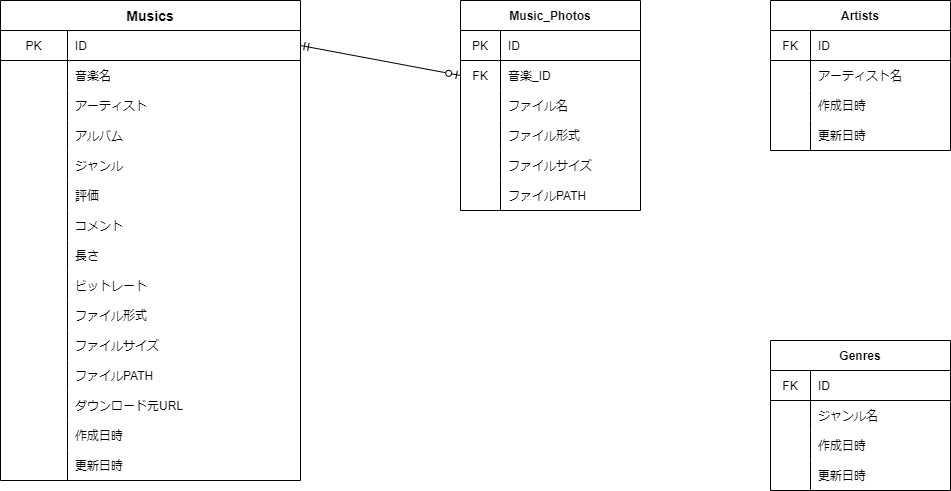
Earlier version of the draw.io export er.drawio.png (monomonosu/SoundHornet-React). Source tidied: cells renumbered, new cells last; positions are measured from the earlier drawing's top-left corner, leaving out a move shared by most shapes. The source it was exported from:
```xml
<mxGraphModel background="#ffffff">
  <root>
    <mxCell id="0" />
    <mxCell id="1" parent="0" />
    <mxCell id="2" value="Musics" style="shape=table;startSize=30;rowLines=0;fontStyle=1;align=center;fontSize=14;" parent="1" vertex="1">
      <mxGeometry width="300" height="480" as="geometry" />
    </mxCell>
    <mxCell id="3" style="shape=partialRectangle;html=1;whiteSpace=wrap;fillColor=none;top=0;left=0;bottom=1;right=0;points=[[0,0.5],[1,0.5]];portConstraint=eastwest;" parent="2" vertex="1">
      <mxGeometry y="30" width="300" height="30" as="geometry" />
    </mxCell>
    <mxCell id="4" value="PK" style="shape=partialRectangle;html=1;whiteSpace=wrap;fillColor=none;top=0;left=0;bottom=0;right=0;overflow=hidden;" parent="3" vertex="1">
      <mxGeometry width="67" height="30" as="geometry" />
    </mxCell>
    <mxCell id="5" value="ID" style="shape=partialRectangle;html=1;whiteSpace=wrap;fillColor=none;top=0;left=0;bottom=0;right=0;align=left;spacingLeft=6;overflow=hidden;" parent="3" vertex="1">
      <mxGeometry x="67" width="233" height="30" as="geometry" />
    </mxCell>
    <mxCell id="6" style="shape=partialRectangle;html=1;whiteSpace=wrap;fillColor=none;top=0;left=0;bottom=0;right=0;" parent="2" vertex="1">
      <mxGeometry y="60" width="300" height="30" as="geometry" />
    </mxCell>
    <mxCell id="7" style="shape=partialRectangle;html=1;whiteSpace=wrap;fillColor=none;top=0;left=0;bottom=0;right=0;overflow=hidden;" parent="6" vertex="1">
      <mxGeometry width="67" height="30" as="geometry" />
    </mxCell>
    <mxCell id="8" value="&lt;font style=&quot;font-size: 12px&quot;&gt;音楽名&lt;/font&gt;" style="shape=partialRectangle;html=1;whiteSpace=wrap;fillColor=none;top=0;left=0;bottom=0;right=0;align=left;spacingLeft=6;overflow=hidden;" parent="6" vertex="1">
      <mxGeometry x="67" width="233" height="30" as="geometry" />
    </mxCell>
    <mxCell id="9" style="shape=partialRectangle;html=1;whiteSpace=wrap;fillColor=none;top=0;left=0;bottom=0;right=0;" parent="2" vertex="1">
      <mxGeometry y="90" width="300" height="30" as="geometry" />
    </mxCell>
    <mxCell id="10" style="shape=partialRectangle;html=1;whiteSpace=wrap;fillColor=none;top=0;left=0;bottom=0;right=0;overflow=hidden;" parent="9" vertex="1">
      <mxGeometry width="67" height="30" as="geometry" />
    </mxCell>
    <mxCell id="11" value="アーティスト" style="shape=partialRectangle;html=1;whiteSpace=wrap;fillColor=none;top=0;left=0;bottom=0;right=0;align=left;spacingLeft=6;overflow=hidden;" parent="9" vertex="1">
      <mxGeometry x="67" width="233" height="30" as="geometry" />
    </mxCell>
    <mxCell id="12" style="shape=partialRectangle;html=1;whiteSpace=wrap;fillColor=none;top=0;left=0;bottom=0;right=0;" parent="2" vertex="1">
      <mxGeometry y="120" width="300" height="30" as="geometry" />
    </mxCell>
    <mxCell id="13" style="shape=partialRectangle;html=1;whiteSpace=wrap;fillColor=none;top=0;left=0;bottom=0;right=0;overflow=hidden;" parent="12" vertex="1">
      <mxGeometry width="67" height="30" as="geometry" />
    </mxCell>
    <mxCell id="14" value="アルバム" style="shape=partialRectangle;html=1;whiteSpace=wrap;fillColor=none;top=0;left=0;bottom=0;right=0;align=left;spacingLeft=6;overflow=hidden;" parent="12" vertex="1">
      <mxGeometry x="67" width="233" height="30" as="geometry" />
    </mxCell>
    <mxCell id="15" style="shape=partialRectangle;html=1;whiteSpace=wrap;fillColor=none;top=0;left=0;bottom=0;right=0;" parent="2" vertex="1">
      <mxGeometry y="150" width="300" height="30" as="geometry" />
    </mxCell>
    <mxCell id="16" style="shape=partialRectangle;html=1;whiteSpace=wrap;fillColor=none;top=0;left=0;bottom=0;right=0;overflow=hidden;" parent="15" vertex="1">
      <mxGeometry width="67" height="30" as="geometry" />
    </mxCell>
    <mxCell id="17" value="ジャンル" style="shape=partialRectangle;html=1;whiteSpace=wrap;fillColor=none;top=0;left=0;bottom=0;right=0;align=left;spacingLeft=6;overflow=hidden;" parent="15" vertex="1">
      <mxGeometry x="67" width="233" height="30" as="geometry" />
    </mxCell>
    <mxCell id="18" style="shape=partialRectangle;html=1;whiteSpace=wrap;fillColor=none;top=0;left=0;bottom=0;right=0;" parent="2" vertex="1">
      <mxGeometry y="180" width="300" height="30" as="geometry" />
    </mxCell>
    <mxCell id="19" style="shape=partialRectangle;html=1;whiteSpace=wrap;fillColor=none;top=0;left=0;bottom=0;right=0;overflow=hidden;" parent="18" vertex="1">
      <mxGeometry width="67" height="30" as="geometry" />
    </mxCell>
    <mxCell id="20" value="評価" style="shape=partialRectangle;html=1;whiteSpace=wrap;fillColor=none;top=0;left=0;bottom=0;right=0;align=left;spacingLeft=6;overflow=hidden;" parent="18" vertex="1">
      <mxGeometry x="67" width="233" height="30" as="geometry" />
    </mxCell>
    <mxCell id="21" style="shape=partialRectangle;html=1;whiteSpace=wrap;fillColor=none;top=0;left=0;bottom=0;right=0;" parent="2" vertex="1">
      <mxGeometry y="210" width="300" height="30" as="geometry" />
    </mxCell>
    <mxCell id="22" style="shape=partialRectangle;html=1;whiteSpace=wrap;fillColor=none;top=0;left=0;bottom=0;right=0;overflow=hidden;" parent="21" vertex="1">
      <mxGeometry width="67" height="30" as="geometry" />
    </mxCell>
    <mxCell id="23" value="コメント" style="shape=partialRectangle;html=1;whiteSpace=wrap;fillColor=none;top=0;left=0;bottom=0;right=0;align=left;spacingLeft=6;overflow=hidden;" parent="21" vertex="1">
      <mxGeometry x="67" width="233" height="30" as="geometry" />
    </mxCell>
    <mxCell id="24" style="shape=partialRectangle;html=1;whiteSpace=wrap;fillColor=none;top=0;left=0;bottom=0;right=0;" parent="2" vertex="1">
      <mxGeometry y="240" width="300" height="30" as="geometry" />
    </mxCell>
    <mxCell id="25" style="shape=partialRectangle;html=1;whiteSpace=wrap;fillColor=none;top=0;left=0;bottom=0;right=0;overflow=hidden;" parent="24" vertex="1">
      <mxGeometry width="67" height="30" as="geometry" />
    </mxCell>
    <mxCell id="26" value="長さ" style="shape=partialRectangle;html=1;whiteSpace=wrap;fillColor=none;top=0;left=0;bottom=0;right=0;align=left;spacingLeft=6;overflow=hidden;" parent="24" vertex="1">
      <mxGeometry x="67" width="233" height="30" as="geometry" />
    </mxCell>
    <mxCell id="27" style="shape=partialRectangle;html=1;whiteSpace=wrap;fillColor=none;top=0;left=0;bottom=0;right=0;" parent="2" vertex="1">
      <mxGeometry y="270" width="300" height="30" as="geometry" />
    </mxCell>
    <mxCell id="28" style="shape=partialRectangle;html=1;whiteSpace=wrap;fillColor=none;top=0;left=0;bottom=0;right=0;overflow=hidden;" parent="27" vertex="1">
      <mxGeometry width="67" height="30" as="geometry" />
    </mxCell>
    <mxCell id="29" value="ビットレート" style="shape=partialRectangle;html=1;whiteSpace=wrap;fillColor=none;top=0;left=0;bottom=0;right=0;align=left;spacingLeft=6;overflow=hidden;" parent="27" vertex="1">
      <mxGeometry x="67" width="233" height="30" as="geometry" />
    </mxCell>
    <mxCell id="30" style="shape=partialRectangle;html=1;whiteSpace=wrap;fillColor=none;top=0;left=0;bottom=0;right=0;" parent="2" vertex="1">
      <mxGeometry y="300" width="300" height="30" as="geometry" />
    </mxCell>
    <mxCell id="31" style="shape=partialRectangle;html=1;whiteSpace=wrap;fillColor=none;top=0;left=0;bottom=0;right=0;overflow=hidden;" parent="30" vertex="1">
      <mxGeometry width="67" height="30" as="geometry" />
    </mxCell>
    <mxCell id="32" value="ファイル形式" style="shape=partialRectangle;html=1;whiteSpace=wrap;fillColor=none;top=0;left=0;bottom=0;right=0;align=left;spacingLeft=6;overflow=hidden;" parent="30" vertex="1">
      <mxGeometry x="67" width="233" height="30" as="geometry" />
    </mxCell>
    <mxCell id="33" style="shape=partialRectangle;html=1;whiteSpace=wrap;fillColor=none;top=0;left=0;bottom=0;right=0;" parent="2" vertex="1">
      <mxGeometry y="330" width="300" height="30" as="geometry" />
    </mxCell>
    <mxCell id="34" style="shape=partialRectangle;html=1;whiteSpace=wrap;fillColor=none;top=0;left=0;bottom=0;right=0;overflow=hidden;" parent="33" vertex="1">
      <mxGeometry width="67" height="30" as="geometry" />
    </mxCell>
    <mxCell id="35" value="ファイルサイズ" style="shape=partialRectangle;html=1;whiteSpace=wrap;fillColor=none;top=0;left=0;bottom=0;right=0;align=left;spacingLeft=6;overflow=hidden;" parent="33" vertex="1">
      <mxGeometry x="67" width="233" height="30" as="geometry" />
    </mxCell>
    <mxCell id="36" style="shape=partialRectangle;html=1;whiteSpace=wrap;fillColor=none;top=0;left=0;bottom=0;right=0;" parent="2" vertex="1">
      <mxGeometry y="360" width="300" height="30" as="geometry" />
    </mxCell>
    <mxCell id="37" style="shape=partialRectangle;html=1;whiteSpace=wrap;fillColor=none;top=0;left=0;bottom=0;right=0;overflow=hidden;" parent="36" vertex="1">
      <mxGeometry width="67" height="30" as="geometry" />
    </mxCell>
    <mxCell id="38" value="ファイルPATH" style="shape=partialRectangle;html=1;whiteSpace=wrap;fillColor=none;top=0;left=0;bottom=0;right=0;align=left;spacingLeft=6;overflow=hidden;" parent="36" vertex="1">
      <mxGeometry x="67" width="233" height="30" as="geometry" />
    </mxCell>
    <mxCell id="39" style="shape=partialRectangle;html=1;whiteSpace=wrap;fillColor=none;top=0;left=0;bottom=0;right=0;" parent="2" vertex="1">
      <mxGeometry y="390" width="300" height="30" as="geometry" />
    </mxCell>
    <mxCell id="40" style="shape=partialRectangle;html=1;whiteSpace=wrap;fillColor=none;top=0;left=0;bottom=0;right=0;overflow=hidden;" parent="39" vertex="1">
      <mxGeometry width="67" height="30" as="geometry" />
    </mxCell>
    <mxCell id="41" value="ダウンロード元URL" style="shape=partialRectangle;html=1;whiteSpace=wrap;fillColor=none;top=0;left=0;bottom=0;right=0;align=left;spacingLeft=6;overflow=hidden;" parent="39" vertex="1">
      <mxGeometry x="67" width="233" height="30" as="geometry" />
    </mxCell>
    <mxCell id="42" style="shape=partialRectangle;html=1;whiteSpace=wrap;fillColor=none;top=0;left=0;bottom=0;right=0;" parent="2" vertex="1">
      <mxGeometry y="420" width="300" height="30" as="geometry" />
    </mxCell>
    <mxCell id="43" style="shape=partialRectangle;html=1;whiteSpace=wrap;fillColor=none;top=0;left=0;bottom=0;right=0;overflow=hidden;" parent="42" vertex="1">
      <mxGeometry width="67" height="30" as="geometry" />
    </mxCell>
    <mxCell id="44" value="作成日時" style="shape=partialRectangle;html=1;whiteSpace=wrap;fillColor=none;top=0;left=0;bottom=0;right=0;align=left;spacingLeft=6;overflow=hidden;" parent="42" vertex="1">
      <mxGeometry x="67" width="233" height="30" as="geometry" />
    </mxCell>
    <mxCell id="45" style="shape=partialRectangle;html=1;whiteSpace=wrap;fillColor=none;top=0;left=0;bottom=0;right=0;" parent="2" vertex="1">
      <mxGeometry y="450" width="300" height="30" as="geometry" />
    </mxCell>
    <mxCell id="46" style="shape=partialRectangle;html=1;whiteSpace=wrap;fillColor=none;top=0;left=0;bottom=0;right=0;overflow=hidden;" parent="45" vertex="1">
      <mxGeometry width="67" height="30" as="geometry" />
    </mxCell>
    <mxCell id="47" value="更新日時" style="shape=partialRectangle;html=1;whiteSpace=wrap;fillColor=none;top=0;left=0;bottom=0;right=0;align=left;spacingLeft=6;overflow=hidden;" parent="45" vertex="1">
      <mxGeometry x="67" width="233" height="30" as="geometry" />
    </mxCell>
    <mxCell id="48" value="Artists" style="shape=table;startSize=30;rowLines=0;fontStyle=1;align=center;" parent="1" vertex="1">
      <mxGeometry x="770" width="180" height="150" as="geometry" />
    </mxCell>
    <mxCell id="49" style="shape=partialRectangle;html=1;whiteSpace=wrap;fillColor=none;top=0;left=0;bottom=1;right=0;" parent="48" vertex="1">
      <mxGeometry y="30" width="180" height="30" as="geometry" />
    </mxCell>
    <mxCell id="50" value="FK" style="shape=partialRectangle;html=1;whiteSpace=wrap;fillColor=none;top=0;left=0;bottom=0;right=0;overflow=hidden;" parent="49" vertex="1">
      <mxGeometry width="40" height="30" as="geometry" />
    </mxCell>
    <mxCell id="51" value="ID" style="shape=partialRectangle;html=1;whiteSpace=wrap;fillColor=none;top=0;left=0;bottom=0;right=0;align=left;spacingLeft=6;overflow=hidden;" parent="49" vertex="1">
      <mxGeometry x="40" width="140" height="30" as="geometry" />
    </mxCell>
    <mxCell id="52" style="shape=partialRectangle;html=1;whiteSpace=wrap;fillColor=none;top=0;left=0;bottom=0;right=0;" parent="48" vertex="1">
      <mxGeometry y="60" width="180" height="30" as="geometry" />
    </mxCell>
    <mxCell id="53" style="shape=partialRectangle;html=1;whiteSpace=wrap;fillColor=none;top=0;left=0;bottom=0;right=0;overflow=hidden;" parent="52" vertex="1">
      <mxGeometry width="40" height="30" as="geometry" />
    </mxCell>
    <mxCell id="54" value="アーティスト名" style="shape=partialRectangle;html=1;whiteSpace=wrap;fillColor=none;top=0;left=0;bottom=0;right=0;align=left;spacingLeft=6;overflow=hidden;" parent="52" vertex="1">
      <mxGeometry x="40" width="140" height="30" as="geometry" />
    </mxCell>
    <mxCell id="55" style="shape=partialRectangle;html=1;whiteSpace=wrap;fillColor=none;top=0;left=0;bottom=0;right=0;" parent="48" vertex="1">
      <mxGeometry y="90" width="180" height="30" as="geometry" />
    </mxCell>
    <mxCell id="56" style="shape=partialRectangle;html=1;whiteSpace=wrap;fillColor=none;top=0;left=0;bottom=0;right=0;overflow=hidden;" parent="55" vertex="1">
      <mxGeometry width="40" height="30" as="geometry" />
    </mxCell>
    <mxCell id="57" value="作成日時" style="shape=partialRectangle;html=1;whiteSpace=wrap;fillColor=none;top=0;left=0;bottom=0;right=0;align=left;spacingLeft=6;overflow=hidden;" parent="55" vertex="1">
      <mxGeometry x="40" width="140" height="30" as="geometry" />
    </mxCell>
    <mxCell id="58" style="shape=partialRectangle;html=1;whiteSpace=wrap;fillColor=none;top=0;left=0;bottom=0;right=0;" parent="48" vertex="1">
      <mxGeometry y="120" width="180" height="30" as="geometry" />
    </mxCell>
    <mxCell id="59" style="shape=partialRectangle;html=1;whiteSpace=wrap;fillColor=none;top=0;left=0;bottom=0;right=0;overflow=hidden;" parent="58" vertex="1">
      <mxGeometry width="40" height="30" as="geometry" />
    </mxCell>
    <mxCell id="60" value="更新日時" style="shape=partialRectangle;html=1;whiteSpace=wrap;fillColor=none;top=0;left=0;bottom=0;right=0;align=left;spacingLeft=6;overflow=hidden;" parent="58" vertex="1">
      <mxGeometry x="40" width="140" height="30" as="geometry" />
    </mxCell>
    <mxCell id="61" value="Genres" style="shape=table;startSize=30;rowLines=0;fontStyle=1;align=center;" parent="1" vertex="1">
      <mxGeometry x="770" y="340" width="180" height="150" as="geometry" />
    </mxCell>
    <mxCell id="62" style="shape=partialRectangle;html=1;whiteSpace=wrap;fillColor=none;top=0;left=0;bottom=1;right=0;" parent="61" vertex="1">
      <mxGeometry y="30" width="180" height="30" as="geometry" />
    </mxCell>
    <mxCell id="63" value="FK" style="shape=partialRectangle;html=1;whiteSpace=wrap;fillColor=none;top=0;left=0;bottom=0;right=0;overflow=hidden;" parent="62" vertex="1">
      <mxGeometry width="40" height="30" as="geometry" />
    </mxCell>
    <mxCell id="64" value="ID" style="shape=partialRectangle;html=1;whiteSpace=wrap;fillColor=none;top=0;left=0;bottom=0;right=0;align=left;spacingLeft=6;overflow=hidden;" parent="62" vertex="1">
      <mxGeometry x="40" width="140" height="30" as="geometry" />
    </mxCell>
    <mxCell id="65" style="shape=partialRectangle;html=1;whiteSpace=wrap;fillColor=none;top=0;left=0;bottom=0;right=0;" parent="61" vertex="1">
      <mxGeometry y="60" width="180" height="30" as="geometry" />
    </mxCell>
    <mxCell id="66" style="shape=partialRectangle;html=1;whiteSpace=wrap;fillColor=none;top=0;left=0;bottom=0;right=0;overflow=hidden;" parent="65" vertex="1">
      <mxGeometry width="40" height="30" as="geometry" />
    </mxCell>
    <mxCell id="67" value="ジャンル名" style="shape=partialRectangle;html=1;whiteSpace=wrap;fillColor=none;top=0;left=0;bottom=0;right=0;align=left;spacingLeft=6;overflow=hidden;" parent="65" vertex="1">
      <mxGeometry x="40" width="140" height="30" as="geometry" />
    </mxCell>
    <mxCell id="68" style="shape=partialRectangle;html=1;whiteSpace=wrap;fillColor=none;top=0;left=0;bottom=0;right=0;" parent="61" vertex="1">
      <mxGeometry y="90" width="180" height="30" as="geometry" />
    </mxCell>
    <mxCell id="69" style="shape=partialRectangle;html=1;whiteSpace=wrap;fillColor=none;top=0;left=0;bottom=0;right=0;overflow=hidden;" parent="68" vertex="1">
      <mxGeometry width="40" height="30" as="geometry" />
    </mxCell>
    <mxCell id="70" value="作成日時" style="shape=partialRectangle;html=1;whiteSpace=wrap;fillColor=none;top=0;left=0;bottom=0;right=0;align=left;spacingLeft=6;overflow=hidden;" parent="68" vertex="1">
      <mxGeometry x="40" width="140" height="30" as="geometry" />
    </mxCell>
    <mxCell id="71" style="shape=partialRectangle;html=1;whiteSpace=wrap;fillColor=none;top=0;left=0;bottom=0;right=0;" parent="61" vertex="1">
      <mxGeometry y="120" width="180" height="30" as="geometry" />
    </mxCell>
    <mxCell id="72" style="shape=partialRectangle;html=1;whiteSpace=wrap;fillColor=none;top=0;left=0;bottom=0;right=0;overflow=hidden;" parent="71" vertex="1">
      <mxGeometry width="40" height="30" as="geometry" />
    </mxCell>
    <mxCell id="73" value="更新日時" style="shape=partialRectangle;html=1;whiteSpace=wrap;fillColor=none;top=0;left=0;bottom=0;right=0;align=left;spacingLeft=6;overflow=hidden;" parent="71" vertex="1">
      <mxGeometry x="40" width="140" height="30" as="geometry" />
    </mxCell>
    <mxCell id="74" value="Music_Photos" style="shape=table;startSize=30;rowLines=0;fontStyle=1;align=center;" parent="1" vertex="1">
      <mxGeometry x="460" width="180" height="210" as="geometry" />
    </mxCell>
    <mxCell id="75" style="shape=partialRectangle;html=1;whiteSpace=wrap;fillColor=none;top=0;left=0;bottom=1;right=0;" parent="74" vertex="1">
      <mxGeometry y="30" width="180" height="30" as="geometry" />
    </mxCell>
    <mxCell id="76" value="PK" style="shape=partialRectangle;html=1;whiteSpace=wrap;fillColor=none;top=0;left=0;bottom=0;right=0;overflow=hidden;" parent="75" vertex="1">
      <mxGeometry width="40" height="30" as="geometry" />
    </mxCell>
    <mxCell id="77" value="ID" style="shape=partialRectangle;html=1;whiteSpace=wrap;fillColor=none;top=0;left=0;bottom=0;right=0;align=left;spacingLeft=6;overflow=hidden;" parent="75" vertex="1">
      <mxGeometry x="40" width="140" height="30" as="geometry" />
    </mxCell>
    <mxCell id="78" style="shape=partialRectangle;html=1;whiteSpace=wrap;fillColor=none;top=0;left=0;bottom=0;right=0;points=[[0,0.5],[1,0.5]];portConstraint=eastwest;" parent="74" vertex="1">
      <mxGeometry y="60" width="180" height="30" as="geometry" />
    </mxCell>
    <mxCell id="79" value="FK" style="shape=partialRectangle;html=1;whiteSpace=wrap;fillColor=none;top=0;left=0;bottom=0;right=0;overflow=hidden;" parent="78" vertex="1">
      <mxGeometry width="40" height="30" as="geometry" />
    </mxCell>
    <mxCell id="80" value="音楽_ID" style="shape=partialRectangle;html=1;whiteSpace=wrap;fillColor=none;top=0;left=0;bottom=0;right=0;align=left;spacingLeft=6;overflow=hidden;" parent="78" vertex="1">
      <mxGeometry x="40" width="140" height="30" as="geometry" />
    </mxCell>
    <mxCell id="81" style="shape=partialRectangle;html=1;whiteSpace=wrap;fillColor=none;top=0;left=0;bottom=0;right=0;" parent="74" vertex="1">
      <mxGeometry y="90" width="180" height="30" as="geometry" />
    </mxCell>
    <mxCell id="82" style="shape=partialRectangle;html=1;whiteSpace=wrap;fillColor=none;top=0;left=0;bottom=0;right=0;overflow=hidden;" parent="81" vertex="1">
      <mxGeometry width="40" height="30" as="geometry" />
    </mxCell>
    <mxCell id="83" value="ファイル名" style="shape=partialRectangle;html=1;whiteSpace=wrap;fillColor=none;top=0;left=0;bottom=0;right=0;align=left;spacingLeft=6;overflow=hidden;" parent="81" vertex="1">
      <mxGeometry x="40" width="140" height="30" as="geometry" />
    </mxCell>
    <mxCell id="84" style="shape=partialRectangle;html=1;whiteSpace=wrap;fillColor=none;top=0;left=0;bottom=0;right=0;" parent="74" vertex="1">
      <mxGeometry y="120" width="180" height="30" as="geometry" />
    </mxCell>
    <mxCell id="85" style="shape=partialRectangle;html=1;whiteSpace=wrap;fillColor=none;top=0;left=0;bottom=0;right=0;overflow=hidden;" parent="84" vertex="1">
      <mxGeometry width="40" height="30" as="geometry" />
    </mxCell>
    <mxCell id="86" value="ファイル形式" style="shape=partialRectangle;html=1;whiteSpace=wrap;fillColor=none;top=0;left=0;bottom=0;right=0;align=left;spacingLeft=6;overflow=hidden;" parent="84" vertex="1">
      <mxGeometry x="40" width="140" height="30" as="geometry" />
    </mxCell>
    <mxCell id="87" style="shape=partialRectangle;html=1;whiteSpace=wrap;fillColor=none;top=0;left=0;bottom=0;right=0;" parent="74" vertex="1">
      <mxGeometry y="150" width="180" height="30" as="geometry" />
    </mxCell>
    <mxCell id="88" style="shape=partialRectangle;html=1;whiteSpace=wrap;fillColor=none;top=0;left=0;bottom=0;right=0;overflow=hidden;" parent="87" vertex="1">
      <mxGeometry width="40" height="30" as="geometry" />
    </mxCell>
    <mxCell id="89" value="ファイルサイズ" style="shape=partialRectangle;html=1;whiteSpace=wrap;fillColor=none;top=0;left=0;bottom=0;right=0;align=left;spacingLeft=6;overflow=hidden;" parent="87" vertex="1">
      <mxGeometry x="40" width="140" height="30" as="geometry" />
    </mxCell>
    <mxCell id="90" style="shape=partialRectangle;html=1;whiteSpace=wrap;fillColor=none;top=0;left=0;bottom=0;right=0;" parent="74" vertex="1">
      <mxGeometry y="180" width="180" height="30" as="geometry" />
    </mxCell>
    <mxCell id="91" style="shape=partialRectangle;html=1;whiteSpace=wrap;fillColor=none;top=0;left=0;bottom=0;right=0;overflow=hidden;" parent="90" vertex="1">
      <mxGeometry width="40" height="30" as="geometry" />
    </mxCell>
    <mxCell id="92" value="ファイルPATH" style="shape=partialRectangle;html=1;whiteSpace=wrap;fillColor=none;top=0;left=0;bottom=0;right=0;align=left;spacingLeft=6;overflow=hidden;" parent="90" vertex="1">
      <mxGeometry x="40" width="140" height="30" as="geometry" />
    </mxCell>
    <mxCell id="93" style="edgeStyle=none;html=1;exitX=1;exitY=0.5;exitDx=0;exitDy=0;entryX=0;entryY=0.5;entryDx=0;entryDy=0;strokeColor=default;endArrow=ERzeroToOne;endFill=0;startArrow=ERmandOne;startFill=0;" parent="1" edge="1" source="3" target="78">
      <mxGeometry relative="1" as="geometry" />
    </mxCell>
  </root>
</mxGraphModel>
```
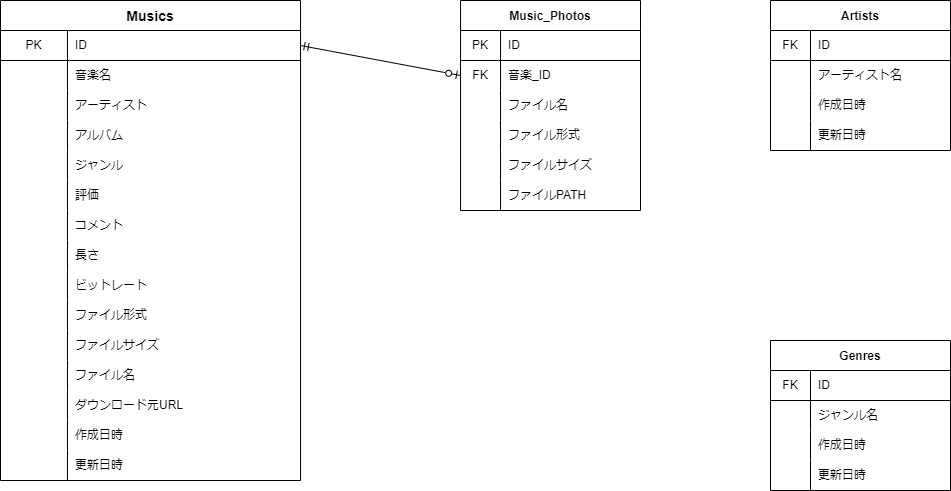
Above is the later version.

What changed in the source:
```diff
@@ -110,7 +110,7 @@
     <mxCell id="37" style="shape=partialRectangle;html=1;whiteSpace=wrap;fillColor=none;top=0;left=0;bottom=0;right=0;overflow=hidden;" parent="36" vertex="1">
       <mxGeometry width="67" height="30" as="geometry" />
     </mxCell>
-    <mxCell id="38" value="ファイルPATH" style="shape=partialRectangle;html=1;whiteSpace=wrap;fillColor=none;top=0;left=0;bottom=0;right=0;align=left;spacingLeft=6;overflow=hidden;" parent="36" vertex="1">
+    <mxCell id="38" value="ファイル名" style="shape=partialRectangle;html=1;whiteSpace=wrap;fillColor=none;top=0;left=0;bottom=0;right=0;align=left;spacingLeft=6;overflow=hidden;" parent="36" vertex="1">
       <mxGeometry x="67" width="233" height="30" as="geometry" />
     </mxCell>
     <mxCell id="39" style="shape=partialRectangle;html=1;whiteSpace=wrap;fillColor=none;top=0;left=0;bottom=0;right=0;" parent="2" vertex="1">
```
